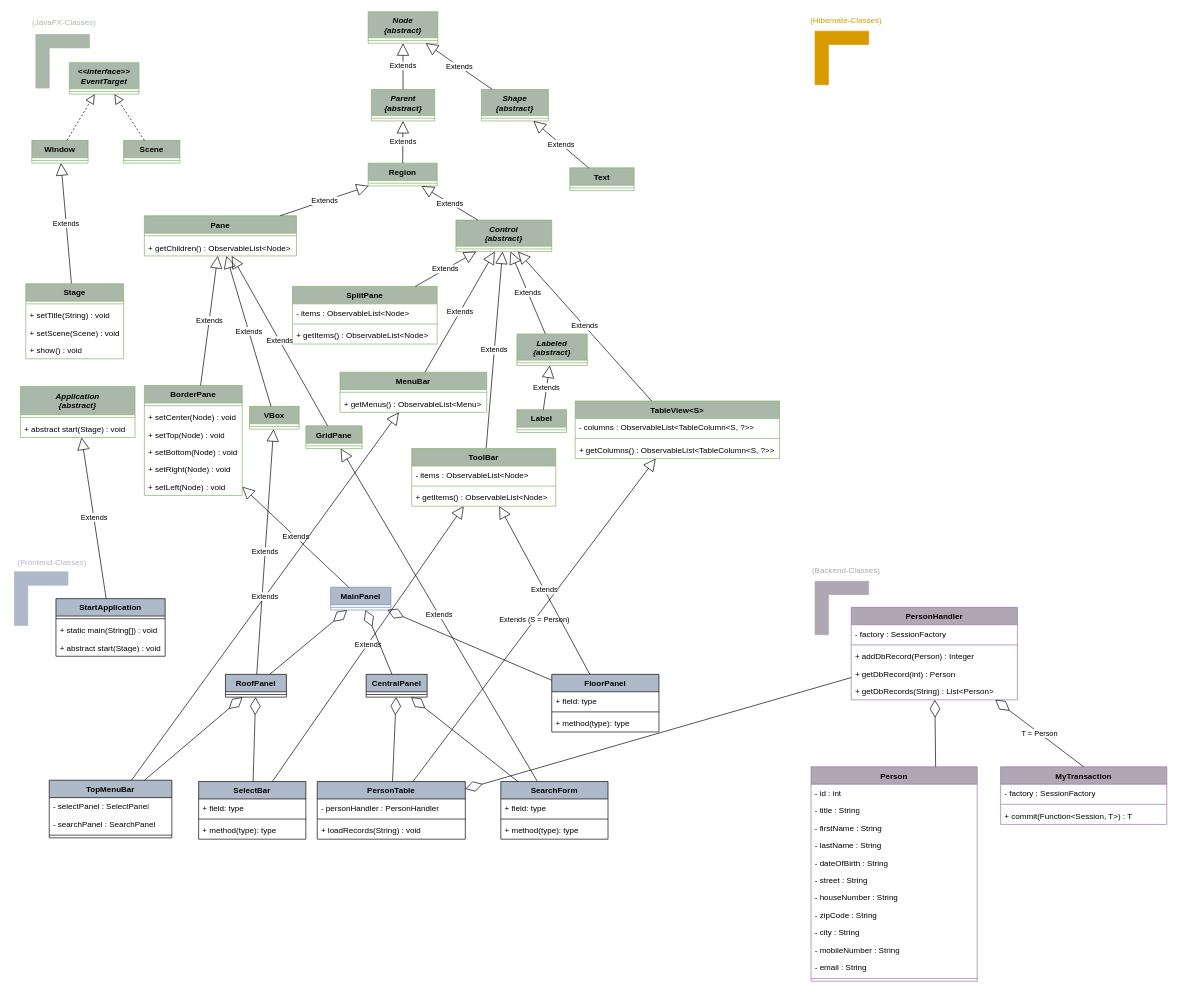
Before: docs/class_diagram.drawio in christosaivatis/PersonManager, a draw.io diagram. Source tidied: cells renumbered, new cells numbered last; positions are measured from the earlier drawing's top-left corner, leaving out a move shared by most shapes. Both pictures are drawn from the tidied source at 67%, with x=0, y=0 at pixel (11, 11).
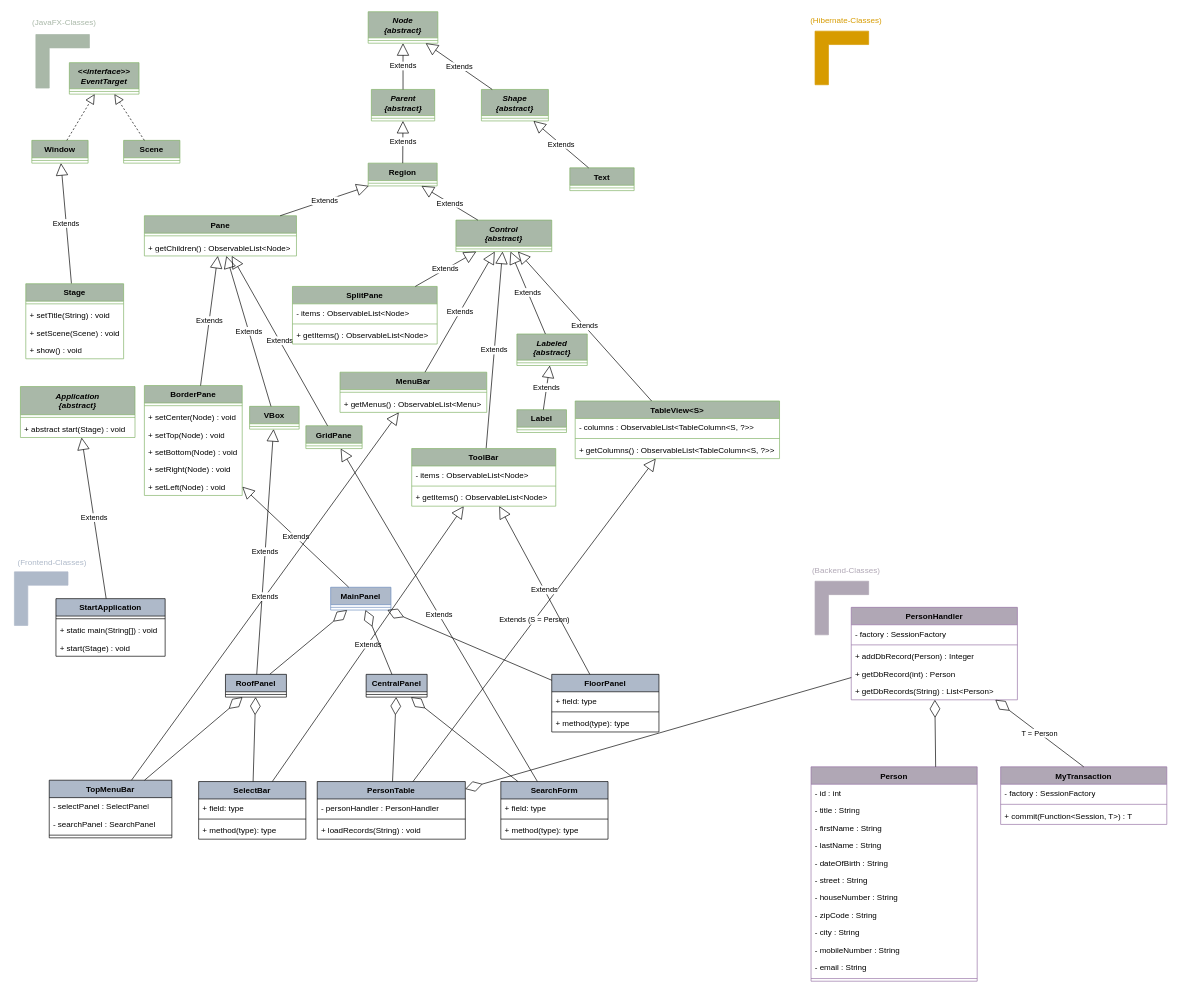
The same diagram, later.

Commit message:
minimal correction in class diagram

The change refers to these unchanged cells:
```xml
<mxCell id="135" value="StartApplication" style="swimlane;fontStyle=1;align=center;verticalAlign=top;horizontal=1;startSize=26;whiteSpace=wrap;html=1;fillColor=#AEB9C9;" parent="1" vertex="1">
  <mxGeometry x="67" y="876" width="163" height="86" as="geometry" />
</mxCell>
```

What changed in the source:
```diff
@@
-    <mxCell id="138" value="+&amp;nbsp;abstract start(Stage) : void" style="text;strokeColor=none;fillColor=none;align=left;verticalAlign=top;spacingLeft=4;spacingRight=4;overflow=hidden;whiteSpace=wrap;html=1;" parent="135" vertex="1">
+    <mxCell id="138" value="+ start(Stage) : void" style="text;strokeColor=none;fillColor=none;align=left;verticalAlign=top;spacingLeft=4;spacingRight=4;overflow=hidden;whiteSpace=wrap;html=1;" parent="135" vertex="1">
       <mxGeometry y="60" width="163" height="26" as="geometry" />
     </mxCell>
```
